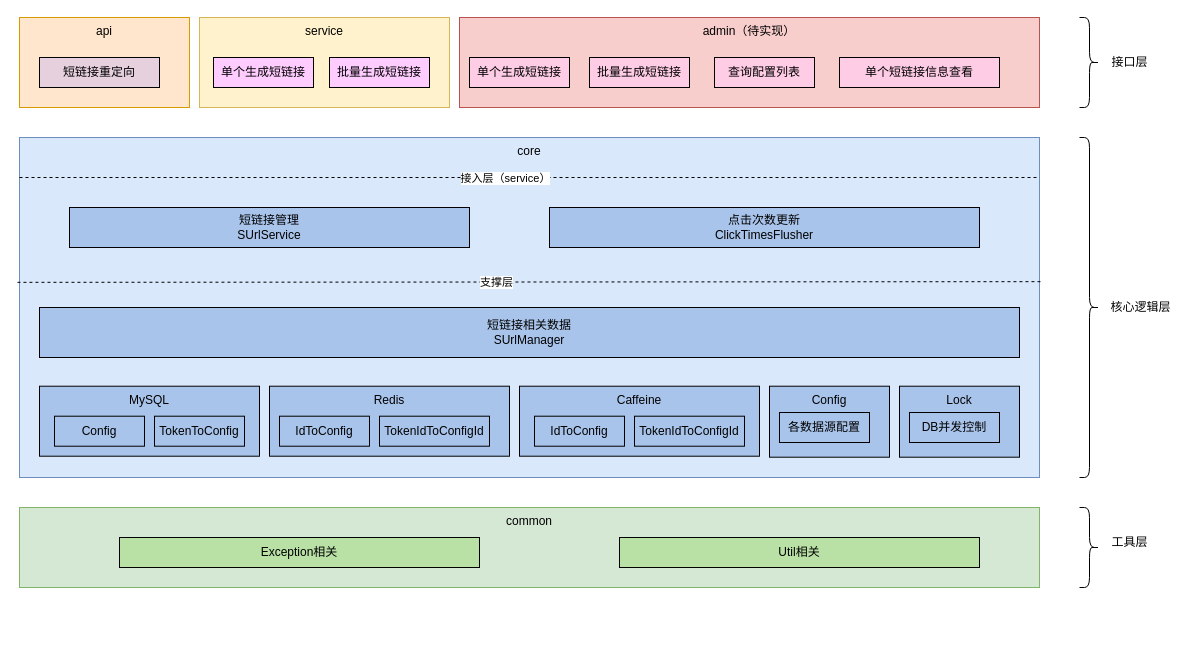
ABIN-DS/flowchart keeps this draw.io diagram as page "整体设计" (2 of 3) of 智能时机服务.drawio. Above is the earlier version. Source tidied: cells renumbered, new cells numbered last; positions are measured from the earlier drawing's top-left corner, leaving out a move shared by most shapes. Both pictures are drawn from the tidied source at 100%, with x=0, y=0 at pixel (19, 17).
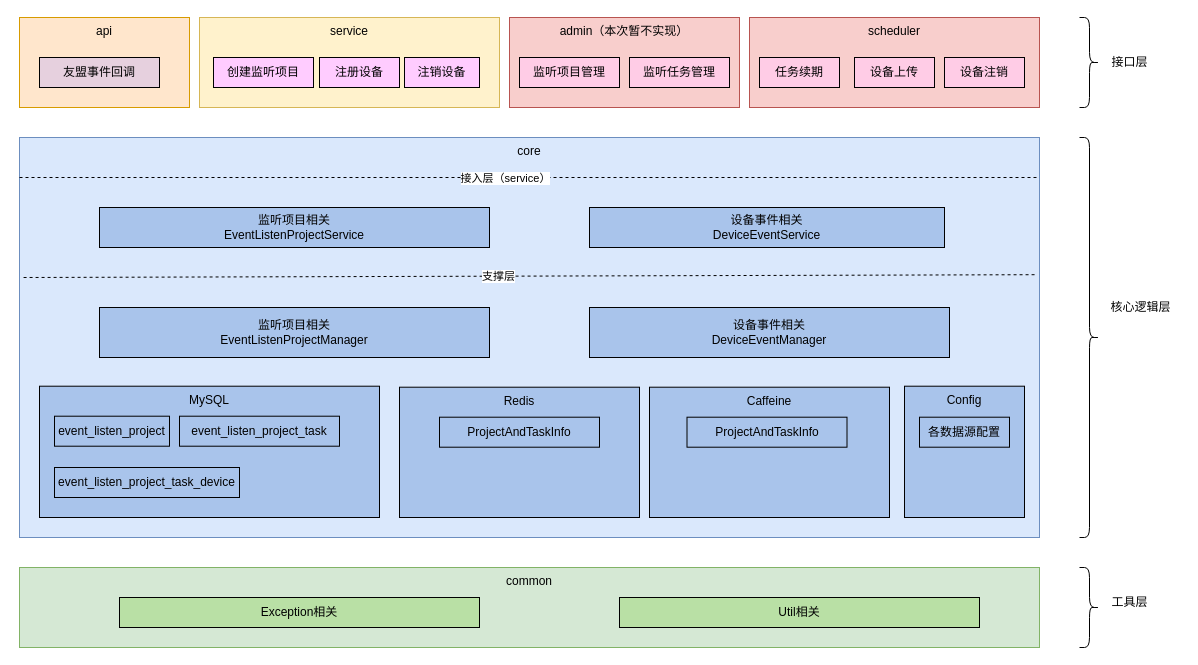
After the change.

Commit message:
更新智能时机服务.drawio

Change to the diagram source:
```diff
@@
     <mxCell id="2" value="core" style="rounded=0;whiteSpace=wrap;html=1;verticalAlign=top;fillColor=#dae8fc;strokeColor=#6c8ebf;" parent="1" vertex="1">
-      <mxGeometry y="120" width="1020" height="340" as="geometry" />
+      <mxGeometry y="120" width="1020" height="400" as="geometry" />
     </mxCell>
@@
     <mxCell id="4" value="service" style="rounded=0;whiteSpace=wrap;html=1;verticalAlign=top;fillColor=#fff2cc;strokeColor=#d6b656;" parent="1" vertex="1">
-      <mxGeometry x="180" width="250" height="90" as="geometry" />
+      <mxGeometry x="180" width="300" height="90" as="geometry" />
     </mxCell>
-    <mxCell id="5" value="admin（待实现）" style="rounded=0;whiteSpace=wrap;html=1;verticalAlign=top;fillColor=#f8cecc;strokeColor=#b85450;" parent="1" vertex="1">
-      <mxGeometry x="440" width="580" height="90" as="geometry" />
+    <mxCell id="5" value="admin（本次暂不实现）" style="rounded=0;whiteSpace=wrap;html=1;verticalAlign=top;fillColor=#f8cecc;strokeColor=#b85450;" parent="1" vertex="1">
+      <mxGeometry x="490" width="230" height="90" as="geometry" />
     </mxCell>
-    <mxCell id="6" value="短链接重定向" style="rounded=0;whiteSpace=wrap;html=1;fillColor=#E6D0DE;labelBorderColor=none;" parent="1" vertex="1">
+    <mxCell id="6" value="友盟事件回调" style="rounded=0;whiteSpace=wrap;html=1;fillColor=#E6D0DE;labelBorderColor=none;" parent="1" vertex="1">
       <mxGeometry x="20" y="40" width="120" height="30" as="geometry" />
     </mxCell>
-    <mxCell id="7" value="单个生成短链接" style="rounded=0;whiteSpace=wrap;html=1;fillColor=#FFCCFF;" parent="1" vertex="1">
+    <mxCell id="7" value="创建监听项目" style="rounded=0;whiteSpace=wrap;html=1;fillColor=#FFCCFF;" parent="1" vertex="1">
       <mxGeometry x="194" y="40" width="100" height="30" as="geometry" />
     </mxCell>
-    <mxCell id="8" value="批量生成短链接" style="rounded=0;whiteSpace=wrap;html=1;fillColor=#FFCCFF;" parent="1" vertex="1">
-      <mxGeometry x="310" y="40" width="100" height="30" as="geometry" />
+    <mxCell id="8" value="注册设备" style="rounded=0;whiteSpace=wrap;html=1;fillColor=#FFCCFF;" parent="1" vertex="1">
+      <mxGeometry x="300" y="40" width="80" height="30" as="geometry" />
     </mxCell>
-    <mxCell id="9" value="单个生成短链接" style="rounded=0;whiteSpace=wrap;html=1;fillColor=#FFCCE6;" parent="1" vertex="1">
-      <mxGeometry x="450" y="40" width="100" height="30" as="geometry" />
-    </mxCell>
-    <mxCell id="10" value="批量生成短链接" style="rounded=0;whiteSpace=wrap;html=1;fillColor=#FFCCE6;" parent="1" vertex="1">
-      <mxGeometry x="570" y="40" width="100" height="30" as="geometry" />
+    <mxCell id="10" value="监听项目管理" style="rounded=0;whiteSpace=wrap;html=1;fillColor=#FFCCE6;" parent="1" vertex="1">
+      <mxGeometry x="500" y="40" width="100" height="30" as="geometry" />
     </mxCell>
-    <mxCell id="11" value="查询配置列表" style="rounded=0;whiteSpace=wrap;html=1;fillColor=#FFCCE6;" parent="1" vertex="1">
-      <mxGeometry x="695" y="40" width="100" height="30" as="geometry" />
+    <mxCell id="11" value="监听任务管理" style="rounded=0;whiteSpace=wrap;html=1;fillColor=#FFCCE6;" parent="1" vertex="1">
+      <mxGeometry x="610" y="40" width="100" height="30" as="geometry" />
     </mxCell>
-    <mxCell id="12" value="单个短链接信息&lt;span style=&quot;background-color: initial;&quot;&gt;查看&lt;/span&gt;" style="rounded=0;whiteSpace=wrap;html=1;fillColor=#FFCCE6;" parent="1" vertex="1">
-      <mxGeometry x="820" y="40" width="160" height="30" as="geometry" />
-    </mxCell>
     <mxCell id="13" value="common" style="rounded=0;whiteSpace=wrap;html=1;verticalAlign=top;fillColor=#d5e8d4;strokeColor=#82b366;" parent="1" vertex="1">
-      <mxGeometry y="490" width="1020" height="80" as="geometry" />
+      <mxGeometry y="550" width="1020" height="80" as="geometry" />
     </mxCell>
     <mxCell id="14" value="Exception相关" style="rounded=0;whiteSpace=wrap;html=1;fillColor=#B9E0A5;" parent="1" vertex="1">
-      <mxGeometry x="100" y="520" width="360" height="30" as="geometry" />
+      <mxGeometry x="100" y="580" width="360" height="30" as="geometry" />
     </mxCell>
     <mxCell id="15" value="Util相关" style="rounded=0;whiteSpace=wrap;html=1;fillColor=#B9E0A5;" parent="1" vertex="1">
-      <mxGeometry x="600" y="520" width="360" height="30" as="geometry" />
+      <mxGeometry x="600" y="580" width="360" height="30" as="geometry" />
     </mxCell>
-    <mxCell id="16" value="&lt;div&gt;短链接管理&lt;/div&gt;SUrlService" style="rounded=0;whiteSpace=wrap;html=1;fillColor=#A9C4EB;" parent="1" vertex="1">
-      <mxGeometry x="50" y="190" width="400" height="40" as="geometry" />
+    <mxCell id="16" value="监听项目相关&lt;div&gt;&lt;/div&gt;&lt;div&gt;EventListenProjectService&lt;/div&gt;" style="rounded=0;whiteSpace=wrap;html=1;fillColor=#A9C4EB;" parent="1" vertex="1">
+      <mxGeometry x="80" y="190" width="390" height="40" as="geometry" />
     </mxCell>
-    <mxCell id="17" value="&lt;div&gt;点击次数更新&lt;/div&gt;ClickTimesFlusher" style="rounded=0;whiteSpace=wrap;html=1;fillColor=#A9C4EB;" parent="1" vertex="1">
-      <mxGeometry x="530" y="190" width="430" height="40" as="geometry" />
+    <mxCell id="17" value="设备事件相关&lt;div&gt;&lt;/div&gt;&lt;div&gt;DeviceEventService&lt;/div&gt;" style="rounded=0;whiteSpace=wrap;html=1;fillColor=#A9C4EB;" parent="1" vertex="1">
+      <mxGeometry x="570" y="190" width="355" height="40" as="geometry" />
     </mxCell>
     <mxCell id="18" value="MySQL&lt;div&gt;&lt;/div&gt;" style="rounded=0;whiteSpace=wrap;html=1;verticalAlign=top;fillColor=#A9C4EB;" parent="1" vertex="1">
-      <mxGeometry x="20" y="368.7" width="220" height="70" as="geometry" />
+      <mxGeometry x="20" y="368.7" width="340" height="131.3" as="geometry" />
     </mxCell>
-    <mxCell id="19" value="Config" style="rounded=0;whiteSpace=wrap;html=1;fillColor=#A9C4EB;" parent="1" vertex="1">
-      <mxGeometry x="35" y="398.7" width="90" height="30" as="geometry" />
+    <mxCell id="19" value="event_listen_project" style="rounded=0;whiteSpace=wrap;html=1;fillColor=#A9C4EB;" parent="1" vertex="1">
+      <mxGeometry x="35" y="398.7" width="115" height="30" as="geometry" />
     </mxCell>
-    <mxCell id="20" value="TokenToConfig" style="rounded=0;whiteSpace=wrap;html=1;fillColor=#A9C4EB;" parent="1" vertex="1">
-      <mxGeometry x="135" y="398.7" width="90" height="30" as="geometry" />
+    <mxCell id="20" value="event_listen_project_task" style="rounded=0;whiteSpace=wrap;html=1;fillColor=#A9C4EB;" parent="1" vertex="1">
+      <mxGeometry x="160" y="398.7" width="160" height="30" as="geometry" />
     </mxCell>
     <mxCell id="21" value="Redis&lt;div&gt;&lt;/div&gt;" style="rounded=0;whiteSpace=wrap;html=1;verticalAlign=top;fillColor=#A9C4EB;" parent="1" vertex="1">
-      <mxGeometry x="250" y="368.7" width="240" height="70" as="geometry" />
+      <mxGeometry x="380" y="369.7" width="240" height="130.3" as="geometry" />
     </mxCell>
-    <mxCell id="22" value="TokenIdToConfigId" style="rounded=0;whiteSpace=wrap;html=1;fillColor=#A9C4EB;" parent="1" vertex="1">
-      <mxGeometry x="360" y="398.7" width="110" height="30" as="geometry" />
-    </mxCell>
-    <mxCell id="23" value="IdToConfig" style="rounded=0;whiteSpace=wrap;html=1;fillColor=#A9C4EB;" parent="1" vertex="1">
-      <mxGeometry x="260" y="398.7" width="90" height="30" as="geometry" />
+    <mxCell id="23" value="ProjectAndTaskInfo" style="rounded=0;whiteSpace=wrap;html=1;fillColor=#A9C4EB;" parent="1" vertex="1">
+      <mxGeometry x="420" y="399.7" width="160" height="30" as="geometry" />
     </mxCell>
     <mxCell id="24" value="Caffeine&lt;div&gt;&lt;/div&gt;" style="rounded=0;whiteSpace=wrap;html=1;verticalAlign=top;fillColor=#A9C4EB;" parent="1" vertex="1">
-      <mxGeometry x="500" y="368.7" width="240" height="70" as="geometry" />
+      <mxGeometry x="630" y="369.7" width="240" height="130.3" as="geometry" />
     </mxCell>
-    <mxCell id="25" value="IdToConfig" style="rounded=0;whiteSpace=wrap;html=1;fillColor=#A9C4EB;" parent="1" vertex="1">
-      <mxGeometry x="515" y="398.7" width="90" height="30" as="geometry" />
-    </mxCell>
-    <mxCell id="26" value="TokenIdToConfigId" style="rounded=0;whiteSpace=wrap;html=1;fillColor=#A9C4EB;" parent="1" vertex="1">
-      <mxGeometry x="615" y="398.7" width="110" height="30" as="geometry" />
-    </mxCell>
@@
-    <mxCell id="29" style="endArrow=none;dashed=1;html=1;rounded=0;entryX=1.001;entryY=0.424;entryDx=0;entryDy=0;entryPerimeter=0;exitX=-0.002;exitY=0.426;exitDx=0;exitDy=0;exitPerimeter=0;fillColor=#A9C4EB;" parent="1" edge="1" source="2" target="2">
+    <mxCell id="29" style="endArrow=none;dashed=1;html=1;rounded=0;entryX=0.996;entryY=0.343;entryDx=0;entryDy=0;entryPerimeter=0;exitX=0.004;exitY=0.35;exitDx=0;exitDy=0;exitPerimeter=0;fillColor=#A9C4EB;" parent="1" edge="1" source="2" target="2">
       <mxGeometry relative="1" as="geometry" />
     </mxCell>
@@
-    <mxCell id="31" value="&lt;div&gt;短链接相关数据&lt;/div&gt;SUrlManager" style="rounded=0;whiteSpace=wrap;html=1;fillColor=#A9C4EB;" parent="1" vertex="1">
-      <mxGeometry x="20" y="290" width="980" height="50" as="geometry" />
+    <mxCell id="31" value="&lt;div&gt;监听项目相关&lt;/div&gt;&lt;div&gt;&lt;span style=&quot;background-color: initial;&quot;&gt;EventListenProjectManager&lt;/span&gt;&lt;br&gt;&lt;/div&gt;" style="rounded=0;whiteSpace=wrap;html=1;fillColor=#A9C4EB;" parent="1" vertex="1">
+      <mxGeometry x="80" y="290" width="390" height="50" as="geometry" />
     </mxCell>
     <mxCell id="32" value="Config" style="rounded=0;whiteSpace=wrap;html=1;verticalAlign=top;fillColor=#A9C4EB;" parent="1" vertex="1">
-      <mxGeometry x="750" y="368.7" width="120" height="71" as="geometry" />
+      <mxGeometry x="885" y="368.7" width="120" height="131.3" as="geometry" />
     </mxCell>
     <mxCell id="33" value="各数据源配置" style="rounded=0;whiteSpace=wrap;html=1;fillColor=#A9C4EB;" parent="1" vertex="1">
-      <mxGeometry x="760" y="395" width="90" height="30" as="geometry" />
+      <mxGeometry x="900" y="399.7" width="90" height="30" as="geometry" />
     </mxCell>
-    <mxCell id="34" value="Lock" style="rounded=0;whiteSpace=wrap;html=1;verticalAlign=top;fillColor=#A9C4EB;" parent="1" vertex="1">
-      <mxGeometry x="880" y="368.7" width="120" height="71" as="geometry" />
-    </mxCell>
-    <mxCell id="35" value="DB并发控制" style="rounded=0;whiteSpace=wrap;html=1;fillColor=#A9C4EB;" parent="1" vertex="1">
-      <mxGeometry x="890" y="395" width="90" height="30" as="geometry" />
-    </mxCell>
@@
     <mxCell id="39" style="shape=curlyBracket;whiteSpace=wrap;html=1;rounded=1;flipH=1;labelPosition=right;verticalLabelPosition=middle;align=left;verticalAlign=middle;" parent="1" vertex="1">
-      <mxGeometry x="1060" y="120" width="20" height="340" as="geometry" />
+      <mxGeometry x="1060" y="120" width="20" height="400" as="geometry" />
     </mxCell>
     <mxCell id="40" value="工具层" style="text;html=1;align=center;verticalAlign=middle;strokeColor=none;fillColor=none;" parent="1" vertex="1">
-      <mxGeometry x="1080" y="510" width="60" height="30" as="geometry" />
+      <mxGeometry x="1080" y="570" width="60" height="30" as="geometry" />
     </mxCell>
     <mxCell id="41" style="shape=curlyBracket;whiteSpace=wrap;html=1;rounded=1;flipH=1;labelPosition=right;verticalLabelPosition=middle;align=left;verticalAlign=middle;" parent="1" vertex="1">
-      <mxGeometry x="1060" y="490" width="20" height="80" as="geometry" />
+      <mxGeometry x="1060" y="550" width="20" height="80" as="geometry" />
     </mxCell>
+    <mxCell id="42" value="注销设备" style="rounded=0;whiteSpace=wrap;html=1;fillColor=#FFCCFF;" parent="1" vertex="1">
+      <mxGeometry x="385" y="40" width="75" height="30" as="geometry" />
+    </mxCell>
+    <mxCell id="43" value="&lt;div&gt;设备事件相关&lt;/div&gt;&lt;div&gt;DeviceEventManager&lt;/div&gt;" style="rounded=0;whiteSpace=wrap;html=1;fillColor=#A9C4EB;" parent="1" vertex="1">
+      <mxGeometry x="570" y="290" width="360" height="50" as="geometry" />
+    </mxCell>
+    <mxCell id="44" value="event_listen_project_task_device" style="rounded=0;whiteSpace=wrap;html=1;fillColor=#A9C4EB;" parent="1" vertex="1">
+      <mxGeometry x="35" y="450" width="185" height="30" as="geometry" />
+    </mxCell>
+    <mxCell id="45" value="scheduler" style="rounded=0;whiteSpace=wrap;html=1;verticalAlign=top;fillColor=#f8cecc;strokeColor=#b85450;" parent="1" vertex="1">
+      <mxGeometry x="730" width="290" height="90" as="geometry" />
+    </mxCell>
+    <mxCell id="46" value="任务续期" style="rounded=0;whiteSpace=wrap;html=1;fillColor=#FFCCE6;" parent="1" vertex="1">
+      <mxGeometry x="740" y="40" width="80" height="30" as="geometry" />
+    </mxCell>
+    <mxCell id="47" value="设备上传" style="rounded=0;whiteSpace=wrap;html=1;fillColor=#FFCCE6;" parent="1" vertex="1">
+      <mxGeometry x="835" y="40" width="80" height="30" as="geometry" />
+    </mxCell>
+    <mxCell id="48" value="设备注销" style="rounded=0;whiteSpace=wrap;html=1;fillColor=#FFCCE6;" parent="1" vertex="1">
+      <mxGeometry x="925" y="40" width="80" height="30" as="geometry" />
+    </mxCell>
+    <mxCell id="49" value="ProjectAndTaskInfo" style="rounded=0;whiteSpace=wrap;html=1;fillColor=#A9C4EB;" parent="1" vertex="1">
+      <mxGeometry x="667.5" y="399.7" width="160" height="30" as="geometry" />
+    </mxCell>
```
